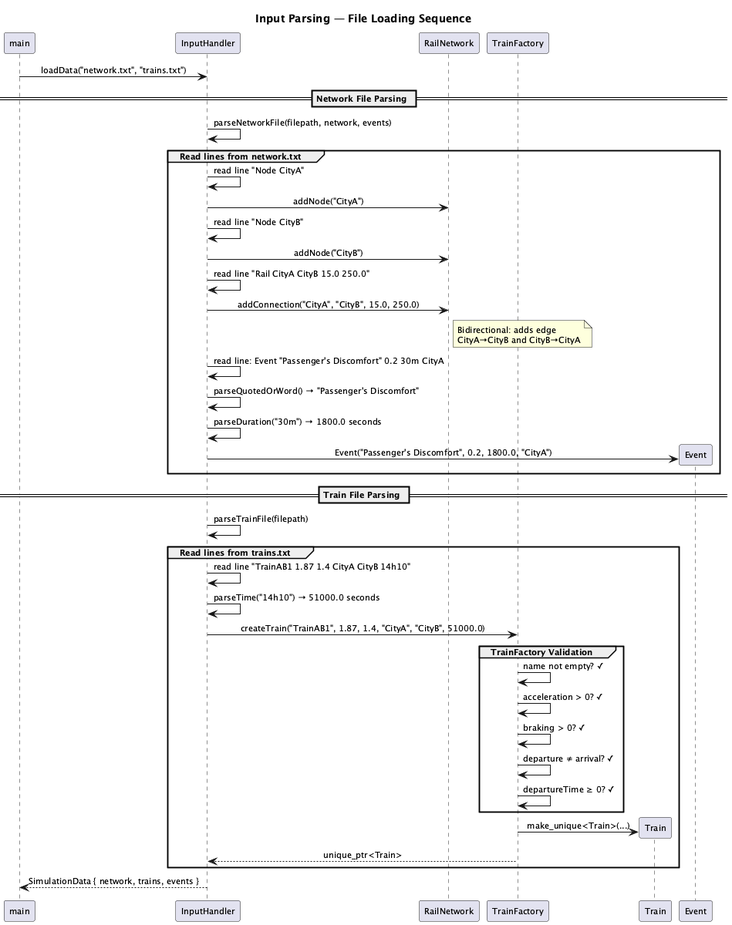
abaiao-r/Module_05_Train_yourself keeps this PlantUML diagram as docs/diagrams/sequence_input_parsing.png. Above is the earlier version.
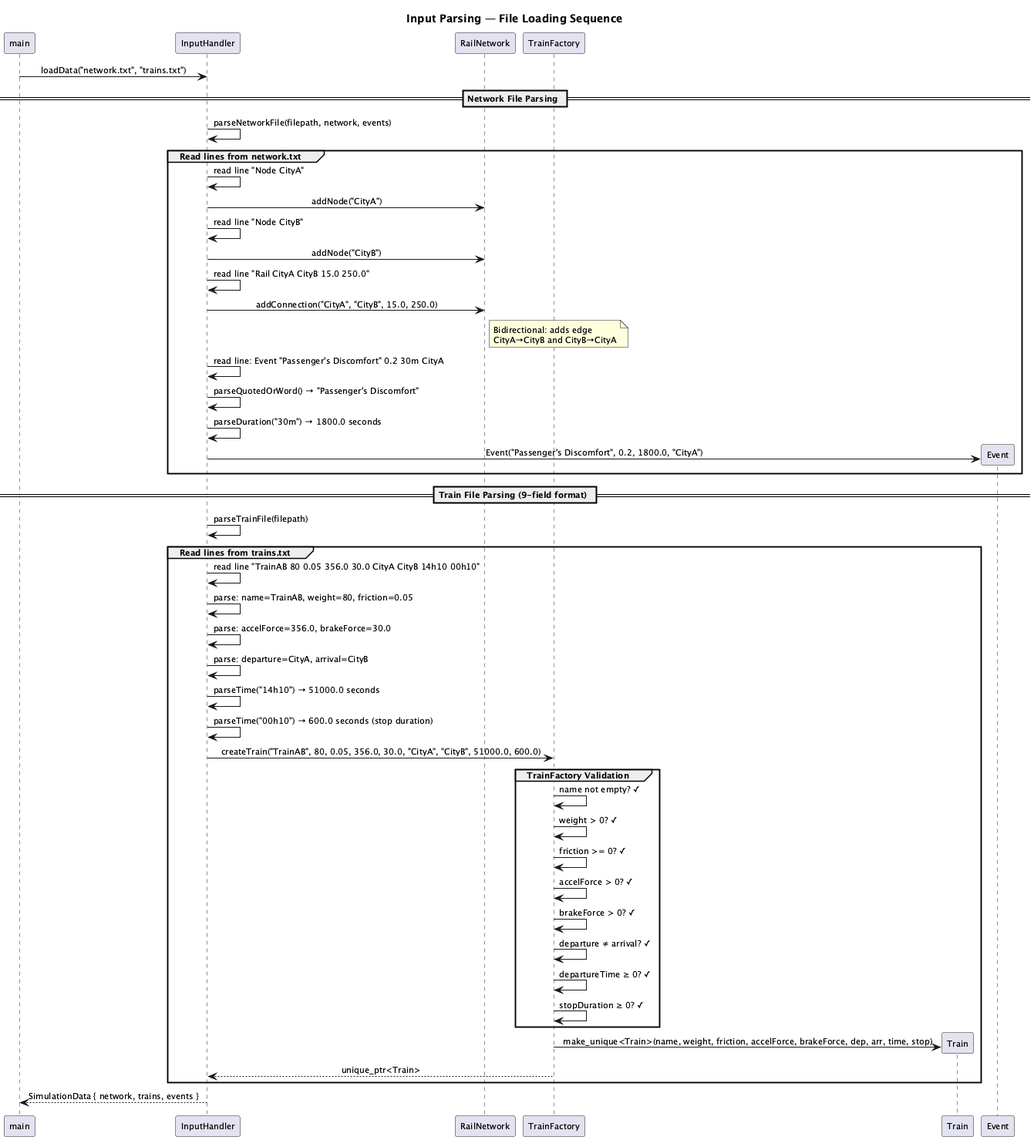
After the commit.

What changed in the source:
```diff
@@ -38,23 +38,30 @@
     IH -> Ev ** : Event("Passenger's Discomfort", 0.2, 1800.0, "CityA")
 end
 
-== Train File Parsing ==
+== Train File Parsing (9-field format) ==
 IH -> IH : parseTrainFile(filepath)
 
 group Read lines from trains.txt
-    IH -> IH : read line "TrainAB1 1.87 1.4 CityA CityB 14h10"
+    IH -> IH : read line "TrainAB 80 0.05 356.0 30.0 CityA CityB 14h10 00h10"
+    IH -> IH : parse: name=TrainAB, weight=80, friction=0.05
+    IH -> IH : parse: accelForce=356.0, brakeForce=30.0
+    IH -> IH : parse: departure=CityA, arrival=CityB
     IH -> IH : parseTime("14h10") → 51000.0 seconds
-    IH -> TF : createTrain("TrainAB1", 1.87, 1.4, "CityA", "CityB", 51000.0)
+    IH -> IH : parseTime("00h10") → 600.0 seconds (stop duration)
+    IH -> TF : createTrain("TrainAB", 80, 0.05, 356.0, 30.0, "CityA", "CityB", 51000.0, 600.0)
 
     group TrainFactory Validation
         TF -> TF : name not empty? ✓
-        TF -> TF : acceleration > 0? ✓
-        TF -> TF : braking > 0? ✓
+        TF -> TF : weight > 0? ✓
+        TF -> TF : friction >= 0? ✓
+        TF -> TF : accelForce > 0? ✓
+        TF -> TF : brakeForce > 0? ✓
         TF -> TF : departure ≠ arrival? ✓
         TF -> TF : departureTime ≥ 0? ✓
+        TF -> TF : stopDuration ≥ 0? ✓
     end
 
-    TF -> T ** : make_unique<Train>(...)
+    TF -> T ** : make_unique<Train>(name, weight, friction, accelForce, brakeForce, dep, arr, time, stop)
     TF --> IH : unique_ptr<Train>
 end
 
```
